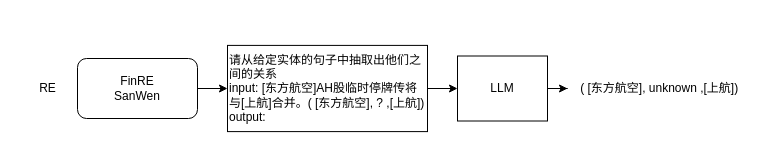
Above: 未命名绘图.drawio in SkyuForever/CRE-LLM (draw.io), before the change. Source tidied: cells renumbered, new cells numbered last; positions are measured from the earlier drawing's top-left corner, leaving out a move shared by most shapes. Both pictures are drawn from the tidied source at 100%, with x=0, y=0 at pixel (27, 45).
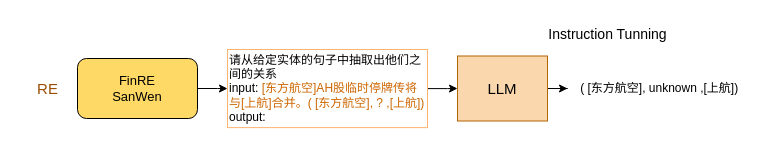
Above is the later version.

What changed in the source:
```diff
@@
 <mxGraphModel>
   <root>
     <mxCell id="0" />
     <mxCell id="1" parent="0" />
     <mxCell id="2" style="edgeStyle=orthogonalEdgeStyle;rounded=0;jettySize=auto;html=1;" parent="1" edge="1" source="3" target="6">
       <mxGeometry relative="1" as="geometry" />
     </mxCell>
-    <mxCell id="3" value="FinRE&lt;br&gt;SanWen" style="rounded=1;whiteSpace=wrap;html=1;" parent="1" vertex="1">
+    <mxCell id="3" value="&lt;font style=&quot;font-size: 13px;&quot;&gt;FinRE&lt;br&gt;SanWen&lt;/font&gt;" style="rounded=1;whiteSpace=wrap;html=1;fillColor=#FFD966;gradientColor=none;" parent="1" vertex="1">
       <mxGeometry x="50" y="13" width="120" height="60" as="geometry" />
     </mxCell>
-    <mxCell id="4" value="RE" style="text;html=1;align=center;verticalAlign=middle;strokeColor=none;fillColor=none;" parent="1" vertex="1">
+    <mxCell id="4" value="&lt;font style=&quot;font-size: 15px;&quot;&gt;RE&lt;/font&gt;" style="text;html=1;align=center;verticalAlign=middle;strokeColor=none;fillColor=none;fontColor=#994C00;" parent="1" vertex="1">
       <mxGeometry y="28" width="40" height="30" as="geometry" />
     </mxCell>
     <mxCell id="5" style="edgeStyle=orthogonalEdgeStyle;rounded=0;jettySize=auto;html=1;" parent="1" edge="1" source="6" target="8">
       <mxGeometry relative="1" as="geometry" />
     </mxCell>
-    <mxCell id="6" value="请从给定实体的句子中抽取出他们之间的关系&lt;br&gt;input: [东方航空]AH股临时停牌传将与[上航]合并。(&amp;nbsp;[东方航空], ? ,[上航])&lt;br&gt;output:&amp;nbsp;" style="whiteSpace=wrap;html=1;align=left;" parent="1" vertex="1">
-      <mxGeometry x="200" y="-0.1" width="200" height="86.2" as="geometry" />
+    <mxCell id="6" value="请从给定实体的句子中抽取出他们之间的关系&lt;br&gt;input: &lt;font color=&quot;#cc6600&quot;&gt;[东方航空]AH股临时停牌传将与[上航]合并。(&amp;nbsp;[东方航空], ? ,[上航])&lt;/font&gt;&lt;br&gt;output:&amp;nbsp;" style="whiteSpace=wrap;html=1;align=left;strokeColor=#FFB570;" parent="1" vertex="1">
+      <mxGeometry x="200" y="4" width="200" height="78.1" as="geometry" />
     </mxCell>
     <mxCell id="7" style="edgeStyle=orthogonalEdgeStyle;rounded=0;jettySize=auto;html=1;" parent="1" edge="1" source="8" target="9">
       <mxGeometry relative="1" as="geometry" />
     </mxCell>
-    <mxCell id="8" value="LLM" style="rounded=0;whiteSpace=wrap;html=1;" parent="1" vertex="1">
+    <mxCell id="8" value="&lt;font style=&quot;font-size: 15px;&quot;&gt;LLM&lt;/font&gt;" style="rounded=0;whiteSpace=wrap;html=1;fillColor=#fad7ac;strokeColor=#b46504;" parent="1" vertex="1">
       <mxGeometry x="430" y="10.5" width="90" height="65" as="geometry" />
     </mxCell>
     <mxCell id="9" value="&amp;nbsp;(&amp;nbsp;[东方航空], unknown ,[上航])" style="text;html=1;align=center;verticalAlign=middle;points=[];strokeColor=none;fillColor=none;" parent="1" vertex="1">
       <mxGeometry x="540" y="28" width="180" height="30" as="geometry" />
     </mxCell>
+    <mxCell id="10" value="&lt;font style=&quot;font-size: 14px;&quot;&gt;Instruction Tunning&lt;/font&gt;" style="text;html=1;align=center;verticalAlign=middle;strokeColor=none;fillColor=none;" parent="1" vertex="1">
+      <mxGeometry x="510" y="-26" width="140" height="30" as="geometry" />
+    </mxCell>
+    <mxCell id="11" style="rounded=0;whiteSpace=wrap;html=1;opacity=0;" parent="1" vertex="1">
+      <mxGeometry x="-10" y="-27.9" width="740" height="120" as="geometry" />
+    </mxCell>
   </root>
 </mxGraphModel>
```
